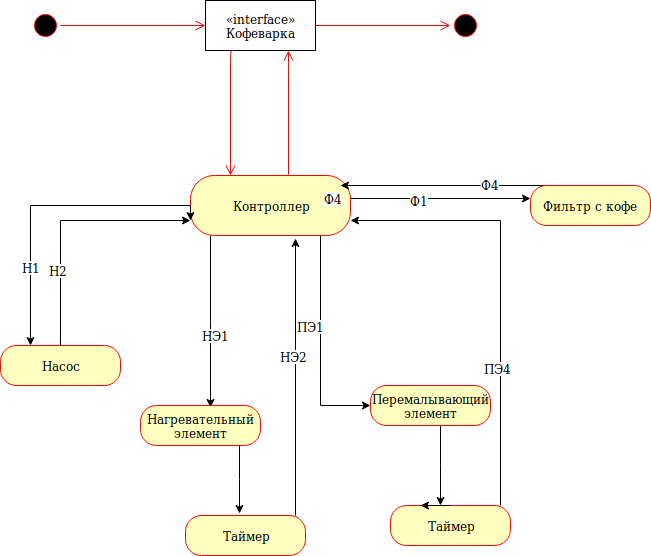
Earlier version of the draw.io export oop/oop5/actingmodel.png (ansushina/sem4). Source tidied: cells renumbered, new cells last; positions are measured from the earlier drawing's top-left corner, leaving out a move shared by most shapes.
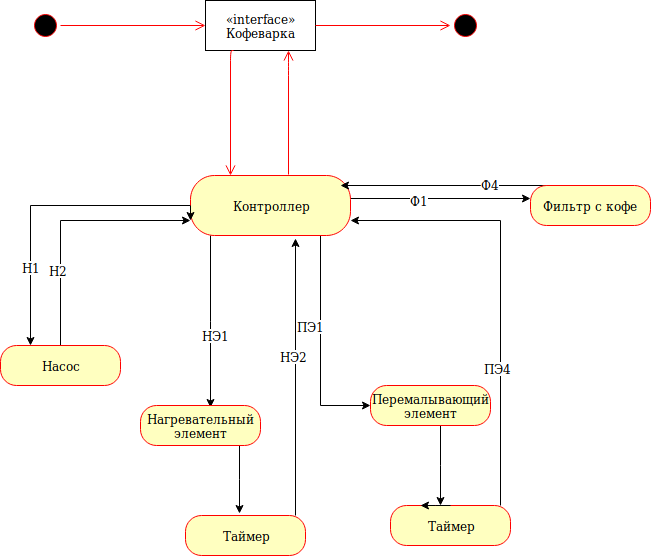
Later version of the same file.

Change to the diagram source:
```diff
@@ -135,11 +135,6 @@
     <mxCell id="29" value="ПЭ4" style="text;html=1;align=center;verticalAlign=middle;labelBackgroundColor=#ffffff;" parent="28" vertex="1">
       <mxGeometry x="-0.36" y="3" relative="1" as="geometry" />
     </mxCell>
-    <mxCell id="30" value="Ф4" style="text;html=1;align=center;verticalAlign=middle;labelBackgroundColor=#ffffff;" parent="28" vertex="1">
-      <mxGeometry x="0.01" y="84" relative="1" as="geometry">
-        <mxPoint x="-84" y="-88" as="offset" />
-      </mxGeometry>
-    </mxCell>
     <mxCell id="31" value="Таймер" style="rounded=1;whiteSpace=wrap;html=1;arcSize=40;fontColor=#000000;fillColor=#ffffc0;strokeColor=#ff0000;" parent="1" vertex="1">
       <mxGeometry x="390" y="505" width="120" height="40" as="geometry" />
     </mxCell>
```
